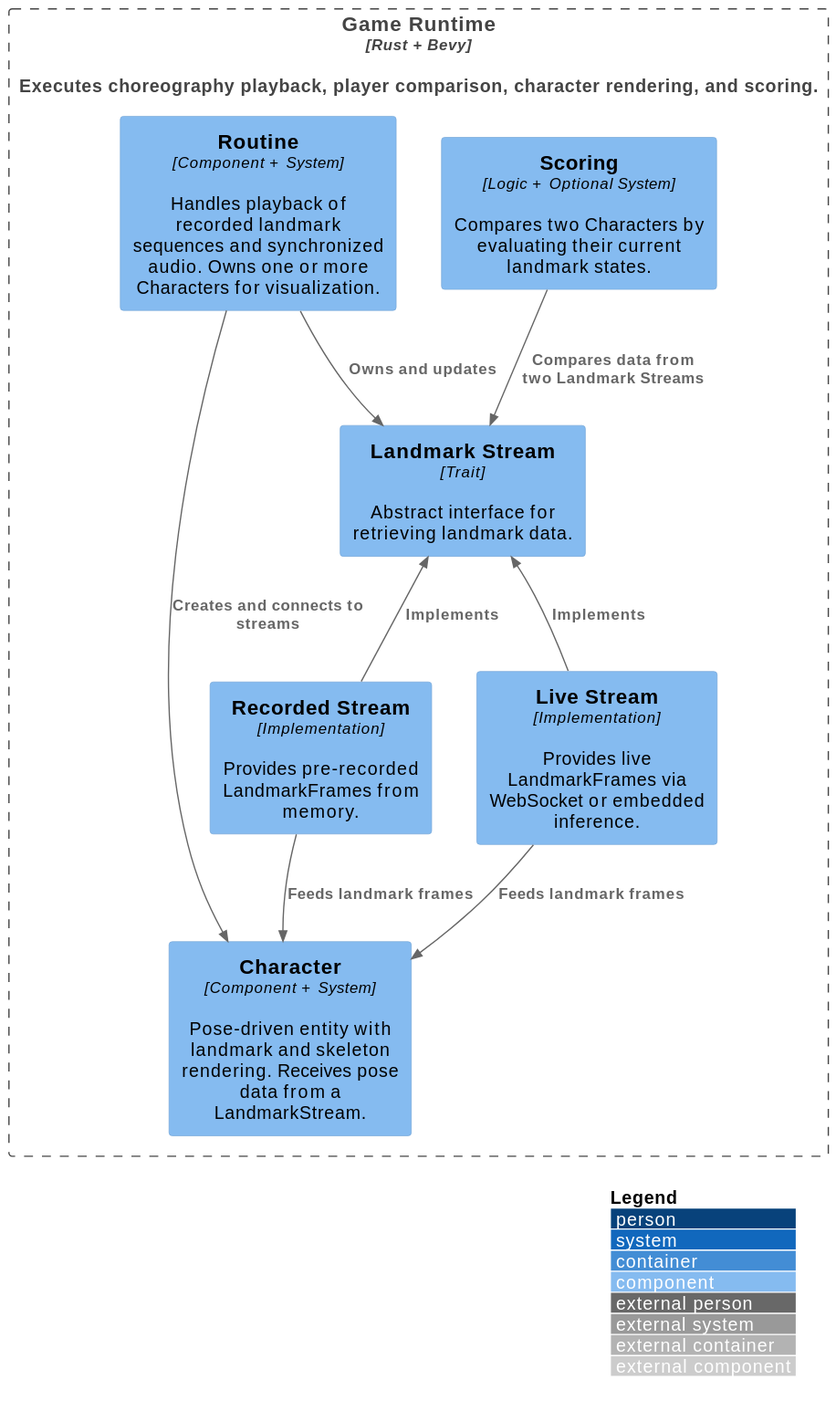
Earlier version of the PlantUML export docs/arch/diagrams/c4-level-3-component-game-client.svg (tobiaslocker/pose).
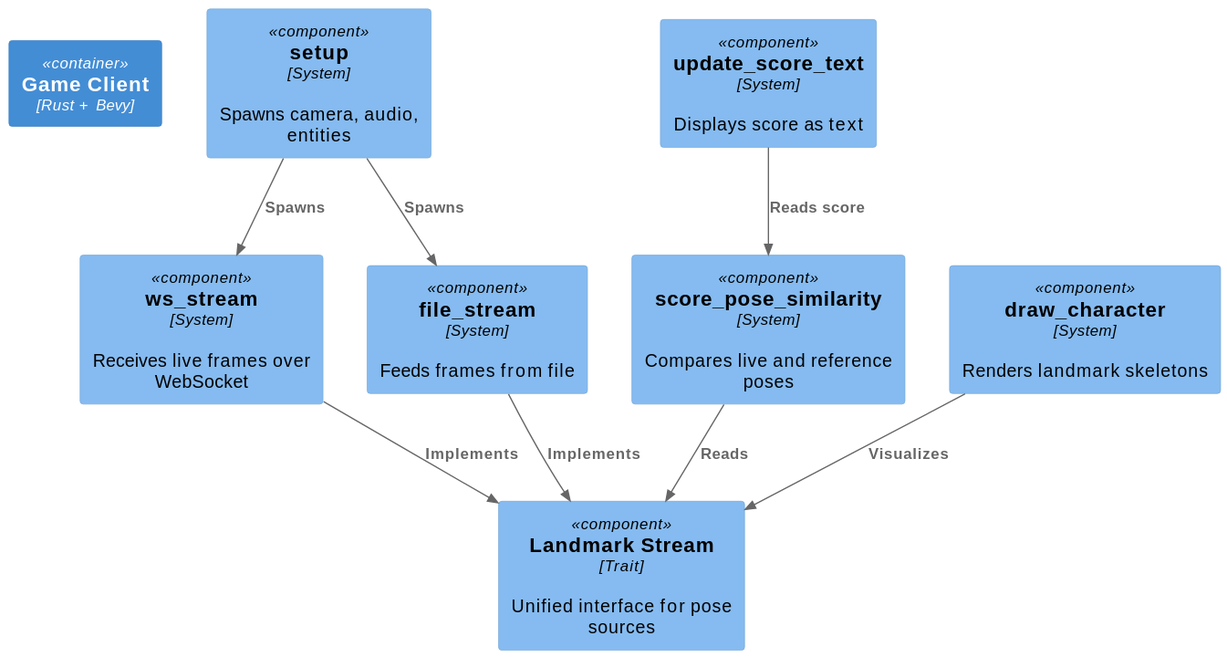
After the change.

Change to the diagram source:
```diff
@@ -1,20 +1,21 @@
 @startuml
 !includeurl https://raw.githubusercontent.com/plantuml-stdlib/C4-PlantUML/master/C4_Component.puml
-LAYOUT_WITH_LEGEND()
-Container(gameRuntime, "Game Runtime", "Rust + Bevy", "Executes choreography playback, player comparison, character rendering, and scoring.")
-Container_Boundary(gameRuntime, "Game Runtime") {
-  Component(routine, "Routine", "Component + System", "Handles playback of recorded landmark sequences and synchronized audio. Owns one or more Characters for visualization.")
-  Component(character, "Character", "Component + System", "Pose-driven entity with landmark and skeleton rendering. Receives pose data from a LandmarkStream.")
-  Component(scoring, "Scoring", "Logic + Optional System", "Compares two Characters by evaluating their current landmark states.")
-  Component(landmarkStream, "Landmark Stream", "Trait", "Abstract interface for retrieving landmark data.")
-  Component(liveStream, "Live Stream", "Implementation", "Provides live LandmarkFrames via WebSocket or embedded inference.")
-  Component(recordedStream, "Recorded Stream", "Implementation", "Provides pre-recorded LandmarkFrames from memory.")
-}
-Rel(routine, landmarkStream, "Owns and updates")
-Rel_U(liveStream, landmarkStream, "Implements")
-Rel_U(recordedStream, landmarkStream, "Implements")
-Rel(liveStream, character, "Feeds landmark frames")
-Rel(recordedStream, character, "Feeds landmark frames")
-Rel(scoring, landmarkStream, "Compares data from two Landmark Streams")
-Rel(routine, character, "Creates and connects to streams")
+
+Container(game, "Game Client", "Rust + Bevy")
+
+Component(landmarkStream, "Landmark Stream", "Trait", "Unified interface for pose sources")
+Component(wsStream, "ws_stream", "System", "Receives live frames over WebSocket")
+Component(fileStream, "file_stream", "System", "Feeds frames from file")
+Component(scorePose, "score_pose_similarity", "System", "Compares live and reference poses")
+Component(draw, "draw_character", "System", "Renders landmark skeletons")
+Component(ui, "update_score_text", "System", "Displays score as text")
+Component(setup, "setup", "System", "Spawns camera, audio, entities")
+
+Rel(setup, wsStream, "Spawns")
+Rel(setup, fileStream, "Spawns")
+Rel(wsStream, landmarkStream, "Implements")
+Rel(fileStream, landmarkStream, "Implements")
+Rel(scorePose, landmarkStream, "Reads")
+Rel(draw, landmarkStream, "Visualizes")
+Rel(ui, scorePose, "Reads score")
 @enduml
```
